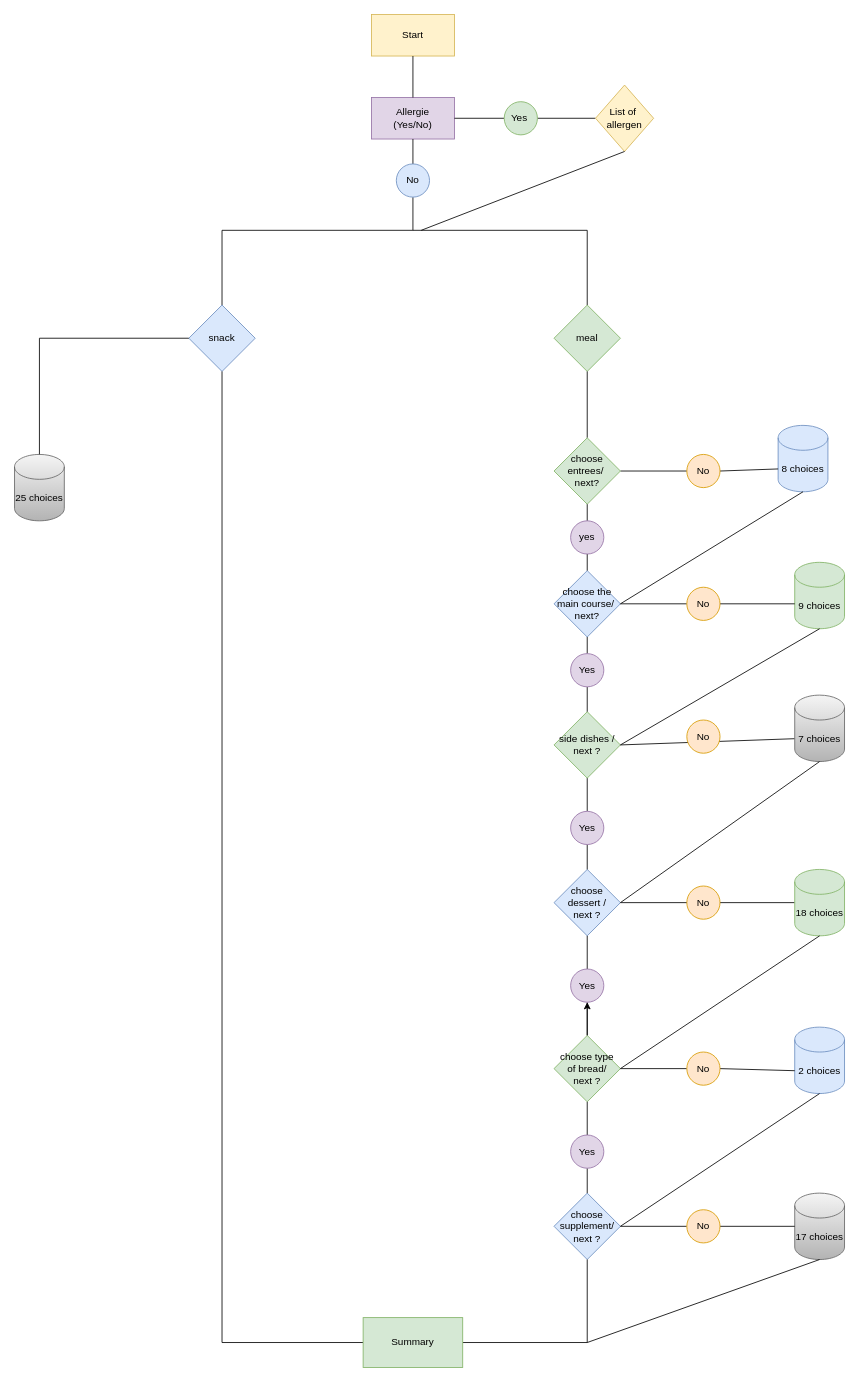
Ismael-madou/Interface-restauration keeps this draw.io diagram as docs/logigramme.drawio. Above is the earlier version. Source tidied: cells renumbered, new cells numbered last; positions are measured from the earlier drawing's top-left corner, leaving out a move shared by most shapes. Both pictures are drawn from the tidied source at 83%, with x=0, y=0 at pixel (14, 14).
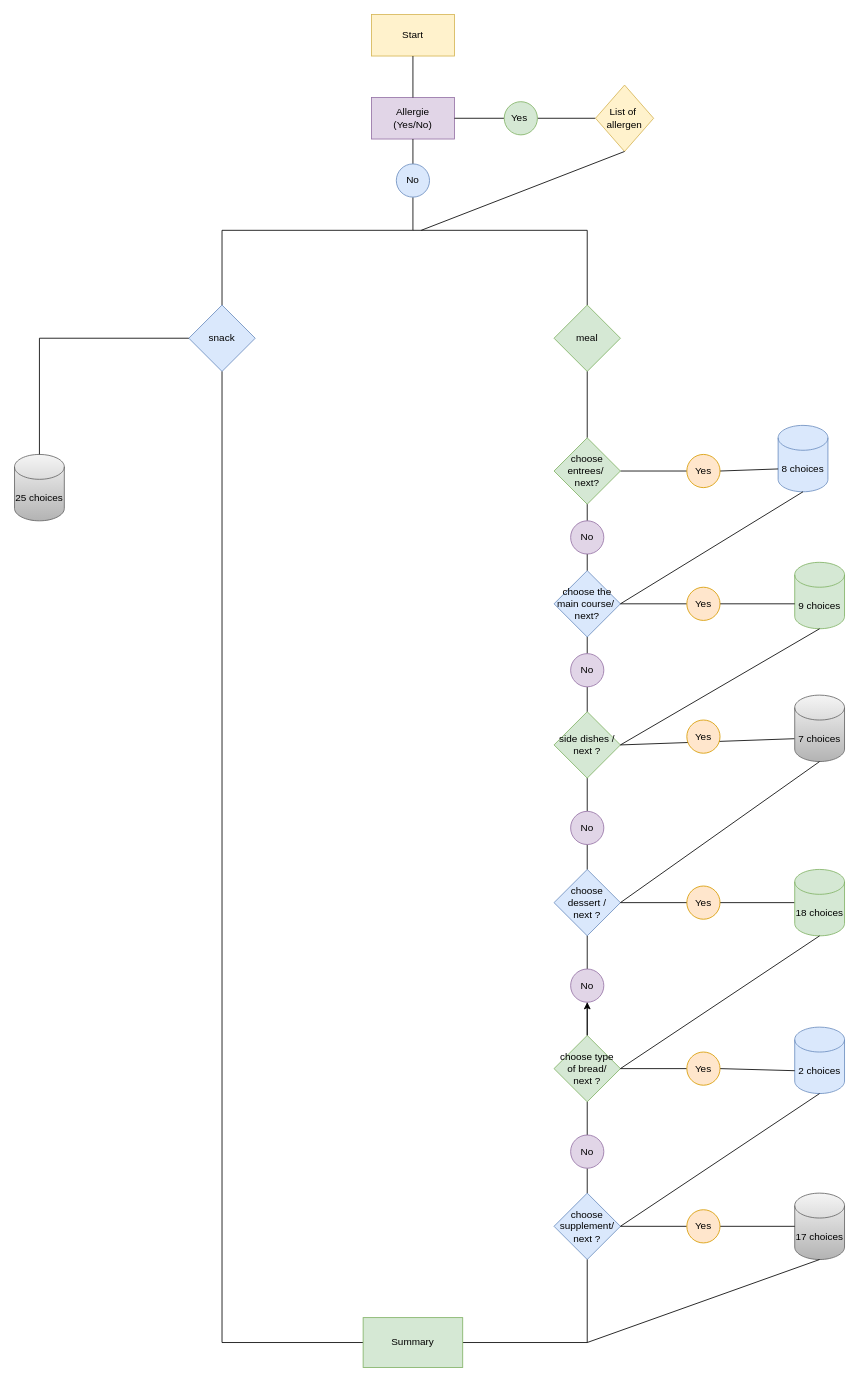
The same diagram, later.

What changed in the source:
```diff
@@
-    <mxCell id="50" value="No" style="ellipse;whiteSpace=wrap;html=1;fillColor=#ffe6cc;strokeColor=#d79b00;" parent="1" vertex="1">
+    <mxCell id="50" value="Yes" style="ellipse;whiteSpace=wrap;html=1;fillColor=#ffe6cc;strokeColor=#d79b00;" parent="1" vertex="1">
       <mxGeometry x="810" y="530" width="40" height="40" as="geometry" />
     </mxCell>
@@
-    <mxCell id="52" value="No" style="ellipse;whiteSpace=wrap;html=1;fillColor=#ffe6cc;strokeColor=#d79b00;" parent="1" vertex="1">
+    <mxCell id="52" value="Yes" style="ellipse;whiteSpace=wrap;html=1;fillColor=#ffe6cc;strokeColor=#d79b00;" parent="1" vertex="1">
       <mxGeometry x="810" y="690" width="40" height="40" as="geometry" />
     </mxCell>
@@
-    <mxCell id="54" value="Yes" style="ellipse;whiteSpace=wrap;html=1;fillColor=#e1d5e7;strokeColor=#9673a6;" parent="1" vertex="1">
+    <mxCell id="54" value="No" style="ellipse;whiteSpace=wrap;html=1;fillColor=#e1d5e7;strokeColor=#9673a6;" parent="1" vertex="1">
       <mxGeometry x="670" y="770" width="40" height="40" as="geometry" />
     </mxCell>
-    <mxCell id="55" value="No" style="ellipse;whiteSpace=wrap;html=1;fillColor=#ffe6cc;strokeColor=#d79b00;" parent="1" vertex="1">
+    <mxCell id="55" value="Yes" style="ellipse;whiteSpace=wrap;html=1;fillColor=#ffe6cc;strokeColor=#d79b00;" parent="1" vertex="1">
       <mxGeometry x="810" y="850" width="40" height="40" as="geometry" />
     </mxCell>
@@
-    <mxCell id="57" value="Yes" style="ellipse;whiteSpace=wrap;html=1;fillColor=#e1d5e7;strokeColor=#9673a6;" parent="1" vertex="1">
+    <mxCell id="57" value="No" style="ellipse;whiteSpace=wrap;html=1;fillColor=#e1d5e7;strokeColor=#9673a6;" parent="1" vertex="1">
       <mxGeometry x="670" y="960" width="40" height="40" as="geometry" />
     </mxCell>
-    <mxCell id="58" value="No" style="ellipse;whiteSpace=wrap;html=1;fillColor=#ffe6cc;strokeColor=#d79b00;" parent="1" vertex="1">
+    <mxCell id="58" value="Yes" style="ellipse;whiteSpace=wrap;html=1;fillColor=#ffe6cc;strokeColor=#d79b00;" parent="1" vertex="1">
       <mxGeometry x="810" y="1050" width="40" height="40" as="geometry" />
     </mxCell>
@@
-    <mxCell id="60" value="Yes" style="ellipse;whiteSpace=wrap;html=1;fillColor=#e1d5e7;strokeColor=#9673a6;" parent="1" vertex="1">
+    <mxCell id="60" value="No" style="ellipse;whiteSpace=wrap;html=1;fillColor=#e1d5e7;strokeColor=#9673a6;" parent="1" vertex="1">
       <mxGeometry x="670" y="1150" width="40" height="40" as="geometry" />
     </mxCell>
@@
-    <mxCell id="62" value="Yes" style="ellipse;whiteSpace=wrap;html=1;fillColor=#e1d5e7;strokeColor=#9673a6;" parent="1" vertex="1">
+    <mxCell id="62" value="No" style="ellipse;whiteSpace=wrap;html=1;fillColor=#e1d5e7;strokeColor=#9673a6;" parent="1" vertex="1">
       <mxGeometry x="670" y="1350" width="40" height="40" as="geometry" />
     </mxCell>
@@
-    <mxCell id="72" value="No" style="ellipse;whiteSpace=wrap;html=1;fillColor=#ffe6cc;strokeColor=#d79b00;" parent="1" vertex="1">
+    <mxCell id="72" value="Yes" style="ellipse;whiteSpace=wrap;html=1;fillColor=#ffe6cc;strokeColor=#d79b00;" parent="1" vertex="1">
       <mxGeometry x="810" y="1440" width="40" height="40" as="geometry" />
     </mxCell>
@@
-    <mxCell id="74" value="No" style="ellipse;whiteSpace=wrap;html=1;fillColor=#ffe6cc;strokeColor=#d79b00;" parent="1" vertex="1">
+    <mxCell id="74" value="Yes" style="ellipse;whiteSpace=wrap;html=1;fillColor=#ffe6cc;strokeColor=#d79b00;" parent="1" vertex="1">
       <mxGeometry x="810" y="1250" width="40" height="40" as="geometry" />
     </mxCell>
-    <mxCell id="75" value="yes" style="ellipse;whiteSpace=wrap;html=1;fillColor=#e1d5e7;strokeColor=#9673a6;" parent="1" vertex="1">
+    <mxCell id="75" value="No" style="ellipse;whiteSpace=wrap;html=1;fillColor=#e1d5e7;strokeColor=#9673a6;" parent="1" vertex="1">
       <mxGeometry x="670" y="610" width="40" height="40" as="geometry" />
     </mxCell>
```
